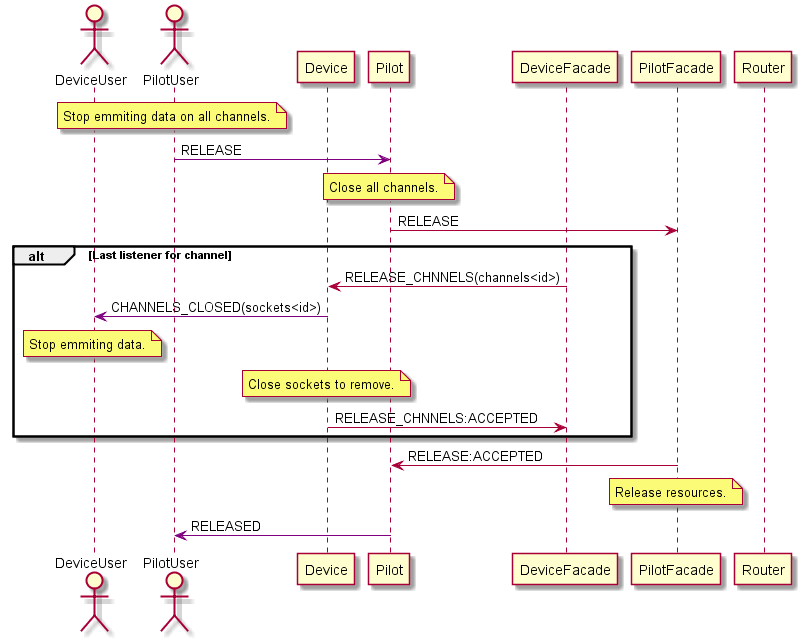
Above: doc/flows/8_pilot_release.png in nawbar23/fleetmgr (PlantUML), before the change.
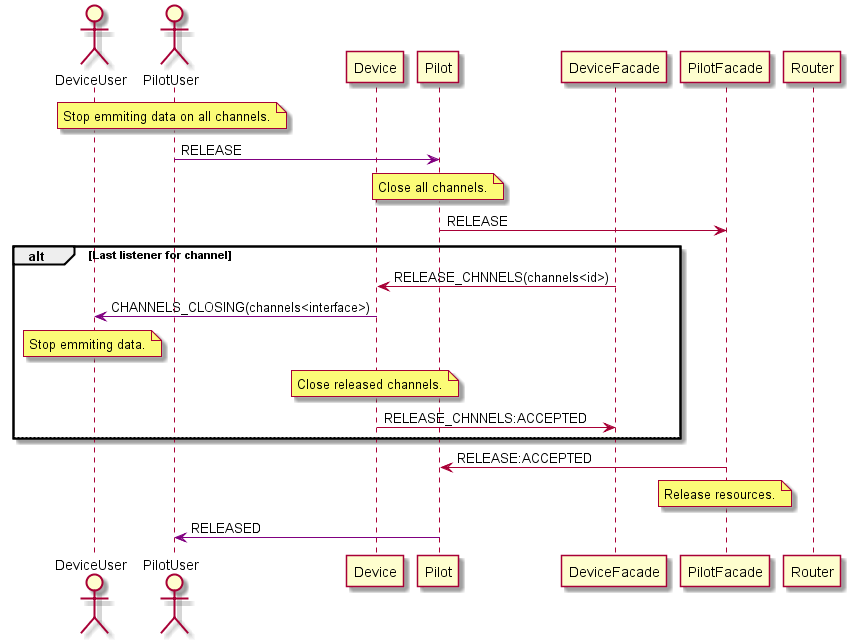
Above is the later version.

The edit, as a diff of the source:
```diff
@@ -20,15 +20,17 @@
 
 DeviceFacade -> Device: RELEASE_CHNNELS(channels<id>)
 
-Device -[#purple]> DeviceUser: CHANNELS_CLOSED(sockets<id>)
+Device -[#purple]> DeviceUser: CHANNELS_CLOSING(channels<interface>)
 note over DeviceUser: Stop emmiting data.
-note over Device: Close sockets to remove.
+note over Device: Close released channels.
 Device -> DeviceFacade: RELEASE_CHNNELS:ACCEPTED
 
 
 
+else
+
+
 end
-
 
 
 PilotFacade -> Pilot: RELEASE:ACCEPTED
```
